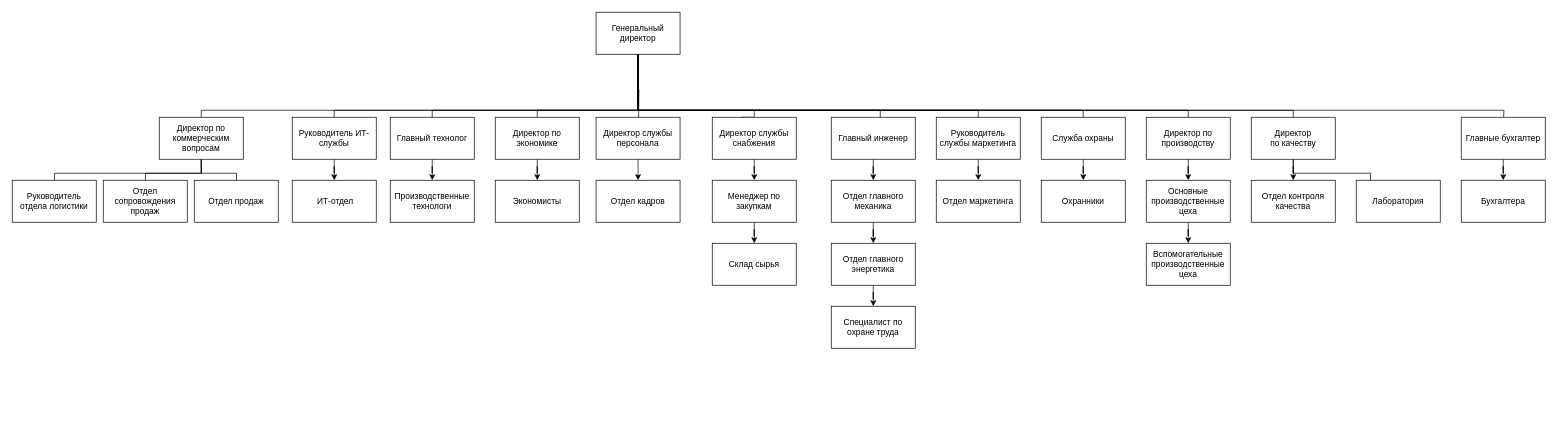
Before: exam.drawio in Vecelchak/Homework, a draw.io diagram. Source tidied: cells renumbered, new cells numbered last; positions are measured from the earlier drawing's top-left corner, leaving out a move shared by most shapes. Both pictures are drawn from the tidied source at 70%, with x=0, y=0 at pixel (12, 12).
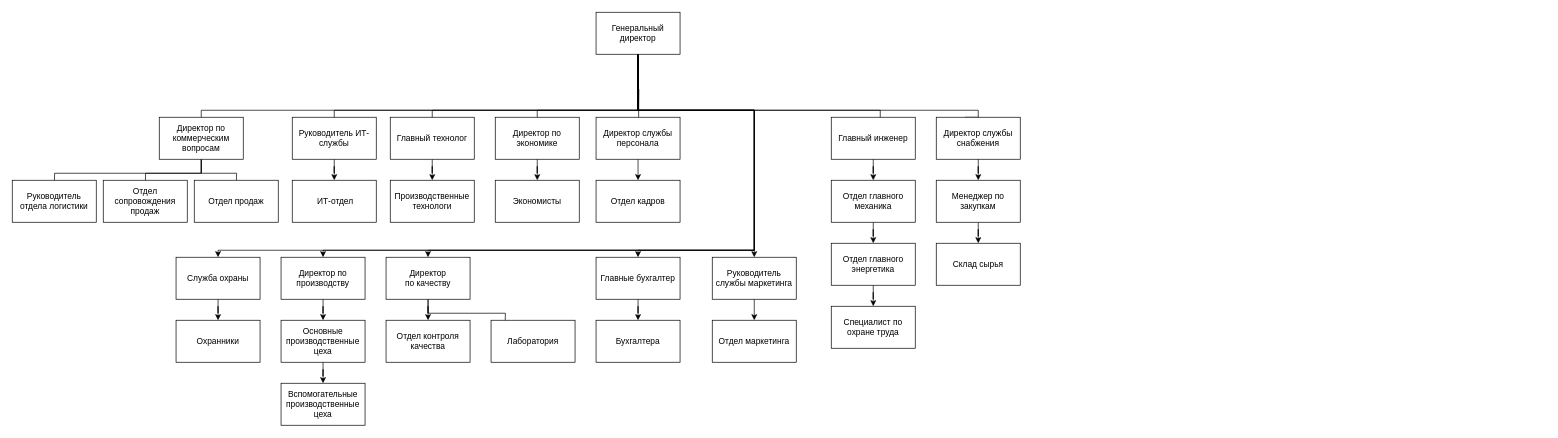
Above is the later version.

The change refers to these unchanged cells:
```xml
<mxCell id="14" value="Генеральный директор" style="rounded=0;whiteSpace=wrap;html=1;" parent="1" vertex="1">
  <mxGeometry x="834" width="120" height="60" as="geometry" />
</mxCell>
```

The edit, as a diff of the source:
```diff
@@
     <mxCell id="3" style="edgeStyle=orthogonalEdgeStyle;rounded=0;jettySize=auto;html=1;exitX=0.5;exitY=1;exitDx=0;exitDy=0;" parent="1" edge="1" source="20">
       <mxGeometry relative="1" as="geometry">
-        <mxPoint x="1040" y="170" as="targetPoint" />
+        <mxPoint x="1360" y="170" as="targetPoint" />
         <Array as="points">
-          <mxPoint x="1060" y="150" />
-          <mxPoint x="1041" y="150" />
-          <mxPoint x="1041" y="170" />
+          <mxPoint x="1380" y="150" />
+          <mxPoint x="1361" y="150" />
+          <mxPoint x="1361" y="170" />
         </Array>
       </mxGeometry>
     </mxCell>
@@
-    <mxCell id="10" style="edgeStyle=orthogonalEdgeStyle;rounded=0;jettySize=auto;html=1;exitX=0.5;exitY=1;exitDx=0;exitDy=0;" parent="1" edge="1" source="14">
-      <mxGeometry relative="1" as="geometry">
-        <mxPoint x="1530" y="160" as="targetPoint" />
-        <Array as="points">
-          <mxPoint x="894" y="140" />
-          <mxPoint x="1530" y="140" />
-        </Array>
-      </mxGeometry>
-    </mxCell>
-    <mxCell id="11" style="edgeStyle=orthogonalEdgeStyle;rounded=0;jettySize=auto;html=1;exitX=0.5;exitY=1;exitDx=0;exitDy=0;" parent="1" edge="1" source="14">
-      <mxGeometry relative="1" as="geometry">
-        <mxPoint x="1680" y="170" as="targetPoint" />
-        <Array as="points">
-          <mxPoint x="894" y="140" />
-          <mxPoint x="1680" y="140" />
-        </Array>
-      </mxGeometry>
-    </mxCell>
-    <mxCell id="12" style="edgeStyle=orthogonalEdgeStyle;rounded=0;jettySize=auto;html=1;exitX=0.5;exitY=1;exitDx=0;exitDy=0;" parent="1" edge="1" source="14">
-      <mxGeometry relative="1" as="geometry">
-        <mxPoint x="1843.5" y="170" as="targetPoint" />
-        <Array as="points">
-          <mxPoint x="894" y="140" />
-          <mxPoint x="1830" y="140" />
-          <mxPoint x="1830" y="170" />
-        </Array>
-      </mxGeometry>
-    </mxCell>
-    <mxCell id="13" style="edgeStyle=orthogonalEdgeStyle;rounded=0;jettySize=auto;html=1;exitX=0.5;exitY=1;exitDx=0;exitDy=0;" parent="1" edge="1" source="14">
-      <mxGeometry relative="1" as="geometry">
-        <mxPoint x="2130" y="160" as="targetPoint" />
-        <Array as="points">
-          <mxPoint x="894" y="140" />
-          <mxPoint x="2131" y="140" />
-          <mxPoint x="2131" y="160" />
-        </Array>
-      </mxGeometry>
-    </mxCell>
+    <mxCell id="66" style="edgeStyle=orthogonalEdgeStyle;rounded=0;jettySize=auto;html=1;exitX=0.5;exitY=1;exitDx=0;exitDy=0;entryX=0.5;entryY=0;entryDx=0;entryDy=0;" parent="1" edge="1" source="14" target="64">
+      <mxGeometry relative="1" as="geometry">
+        <Array as="points">
+          <mxPoint x="894" y="140" />
+          <mxPoint x="1060" y="140" />
+          <mxPoint x="1060" y="340" />
+          <mxPoint x="894" y="340" />
+        </Array>
+      </mxGeometry>
+    </mxCell>
+    <mxCell id="67" style="edgeStyle=orthogonalEdgeStyle;rounded=0;jettySize=auto;html=1;exitX=0.5;exitY=1;exitDx=0;exitDy=0;" parent="1" edge="1" source="14" target="59">
+      <mxGeometry relative="1" as="geometry">
+        <Array as="points">
+          <mxPoint x="894" y="140" />
+          <mxPoint x="1060" y="140" />
+          <mxPoint x="1060" y="340" />
+          <mxPoint x="594" y="340" />
+        </Array>
+      </mxGeometry>
+    </mxCell>
+    <mxCell id="68" style="edgeStyle=orthogonalEdgeStyle;rounded=0;jettySize=auto;html=1;exitX=0.5;exitY=1;exitDx=0;exitDy=0;entryX=0.5;entryY=0;entryDx=0;entryDy=0;" parent="1" edge="1" source="14" target="54">
+      <mxGeometry relative="1" as="geometry">
+        <Array as="points">
+          <mxPoint x="894" y="140" />
+          <mxPoint x="1060" y="140" />
+          <mxPoint x="1060" y="340" />
+          <mxPoint x="444" y="340" />
+        </Array>
+      </mxGeometry>
+    </mxCell>
+    <mxCell id="69" style="edgeStyle=orthogonalEdgeStyle;rounded=0;jettySize=auto;html=1;exitX=0.5;exitY=1;exitDx=0;exitDy=0;" parent="1" edge="1" source="14" target="51">
+      <mxGeometry relative="1" as="geometry">
+        <Array as="points">
+          <mxPoint x="894" y="140" />
+          <mxPoint x="1060" y="140" />
+          <mxPoint x="1060" y="340" />
+          <mxPoint x="294" y="340" />
+        </Array>
+      </mxGeometry>
+    </mxCell>
@@
-    <mxCell id="18" style="edgeStyle=orthogonalEdgeStyle;rounded=0;jettySize=auto;html=1;exitX=0.5;exitY=1;exitDx=0;exitDy=0;" parent="1" edge="1" source="14">
+    <mxCell id="18" style="edgeStyle=orthogonalEdgeStyle;rounded=0;jettySize=auto;html=1;exitX=0.5;exitY=1;exitDx=0;exitDy=0;" parent="1" edge="1" source="14" target="48">
       <mxGeometry relative="1" as="geometry">
-        <mxPoint x="1060" y="160" as="targetPoint" />
         <Array as="points">
           <mxPoint x="894" y="140" />
           <mxPoint x="1060" y="140" />
         </Array>
       </mxGeometry>
     </mxCell>
@@
     <mxCell id="20" value="Директор службы снабжения" style="rounded=0;whiteSpace=wrap;html=1;" parent="1" vertex="1">
-      <mxGeometry x="1000" y="150" width="120" height="60" as="geometry" />
+      <mxGeometry x="1320" y="150" width="120" height="60" as="geometry" />
     </mxCell>
@@
     <mxCell id="22" value="Менеджер по &lt;br&gt;закупкам" style="rounded=0;whiteSpace=wrap;html=1;" parent="1" vertex="1">
-      <mxGeometry x="1000" y="240" width="120" height="60" as="geometry" />
+      <mxGeometry x="1320" y="240" width="120" height="60" as="geometry" />
     </mxCell>
     <mxCell id="23" value="Склад сырья" style="rounded=0;whiteSpace=wrap;html=1;" parent="1" vertex="1">
-      <mxGeometry x="1000" y="330" width="120" height="60" as="geometry" />
+      <mxGeometry x="1320" y="330" width="120" height="60" as="geometry" />
     </mxCell>
@@
-    <mxCell id="47" style="edgeStyle=orthogonalEdgeStyle;rounded=0;jettySize=auto;html=1;" parent="1" edge="1" source="48" target="49">
+    <mxCell id="47" style="edgeStyle=orthogonalEdgeStyle;rounded=0;jettySize=auto;html=1;exitX=0.5;exitY=1;exitDx=0;exitDy=0;entryX=0.5;entryY=0;entryDx=0;entryDy=0;" parent="1" edge="1" source="48" target="49">
       <mxGeometry relative="1" as="geometry" />
     </mxCell>
     <mxCell id="48" value="Руководитель службы маркетинга" style="rounded=0;whiteSpace=wrap;html=1;" parent="1" vertex="1">
-      <mxGeometry x="1320" y="150" width="120" height="60" as="geometry" />
+      <mxGeometry x="1000" y="350" width="120" height="60" as="geometry" />
     </mxCell>
     <mxCell id="49" value="Отдел маркетинга" style="rounded=0;whiteSpace=wrap;html=1;" parent="1" vertex="1">
-      <mxGeometry x="1320" y="240" width="120" height="60" as="geometry" />
+      <mxGeometry x="1000" y="440" width="120" height="60" as="geometry" />
     </mxCell>
@@
     <mxCell id="51" value="Служба охраны" style="rounded=0;whiteSpace=wrap;html=1;" parent="1" vertex="1">
-      <mxGeometry x="1470" y="150" width="120" height="60" as="geometry" />
+      <mxGeometry x="234" y="350" width="120" height="60" as="geometry" />
     </mxCell>
     <mxCell id="52" value="Охранники" style="rounded=0;whiteSpace=wrap;html=1;" parent="1" vertex="1">
-      <mxGeometry x="1470" y="240" width="120" height="60" as="geometry" />
+      <mxGeometry x="234" y="440" width="120" height="60" as="geometry" />
     </mxCell>
@@
     <mxCell id="54" value="Директор по производству" style="rounded=0;whiteSpace=wrap;html=1;" parent="1" vertex="1">
-      <mxGeometry x="1620" y="150" width="120" height="60" as="geometry" />
+      <mxGeometry x="384" y="350" width="120" height="60" as="geometry" />
     </mxCell>
@@
     <mxCell id="56" value="Основные производственные цеха" style="rounded=0;whiteSpace=wrap;html=1;" parent="1" vertex="1">
-      <mxGeometry x="1620" y="240" width="120" height="60" as="geometry" />
+      <mxGeometry x="384" y="440" width="120" height="60" as="geometry" />
     </mxCell>
@@
     <mxCell id="58" style="edgeStyle=orthogonalEdgeStyle;rounded=0;jettySize=auto;html=1;exitX=0.5;exitY=1;exitDx=0;exitDy=0;" parent="1" edge="1" source="59">
       <mxGeometry relative="1" as="geometry">
-        <mxPoint x="1940" y="250" as="targetPoint" />
+        <mxPoint x="704" y="450" as="targetPoint" />
       </mxGeometry>
     </mxCell>
     <mxCell id="59" value="Директор&lt;br&gt;по качеству" style="rounded=0;whiteSpace=wrap;html=1;" parent="1" vertex="1">
-      <mxGeometry x="1770" y="150" width="120" height="60" as="geometry" />
+      <mxGeometry x="534" y="350" width="120" height="60" as="geometry" />
     </mxCell>
     <mxCell id="60" value="Вспомогательные производственные цеха" style="rounded=0;whiteSpace=wrap;html=1;" parent="1" vertex="1">
-      <mxGeometry x="1620" y="330" width="120" height="60" as="geometry" />
+      <mxGeometry x="384" y="530" width="120" height="60" as="geometry" />
     </mxCell>
     <mxCell id="61" value="Отдел контроля качества" style="rounded=0;whiteSpace=wrap;html=1;" parent="1" vertex="1">
-      <mxGeometry x="1770" y="240" width="120" height="60" as="geometry" />
+      <mxGeometry x="534" y="440" width="120" height="60" as="geometry" />
     </mxCell>
     <mxCell id="62" value="Лаборатория" style="rounded=0;whiteSpace=wrap;html=1;" parent="1" vertex="1">
-      <mxGeometry x="1920" y="240" width="120" height="60" as="geometry" />
+      <mxGeometry x="684" y="440" width="120" height="60" as="geometry" />
     </mxCell>
@@
     <mxCell id="64" value="Главные бухгалтер" style="rounded=0;whiteSpace=wrap;html=1;" parent="1" vertex="1">
-      <mxGeometry x="2070" y="150" width="120" height="60" as="geometry" />
+      <mxGeometry x="834" y="350" width="120" height="60" as="geometry" />
     </mxCell>
     <mxCell id="65" value="Бухгалтера" style="rounded=0;whiteSpace=wrap;html=1;" parent="1" vertex="1">
-      <mxGeometry x="2070" y="240" width="120" height="60" as="geometry" />
+      <mxGeometry x="834" y="440" width="120" height="60" as="geometry" />
     </mxCell>
```
